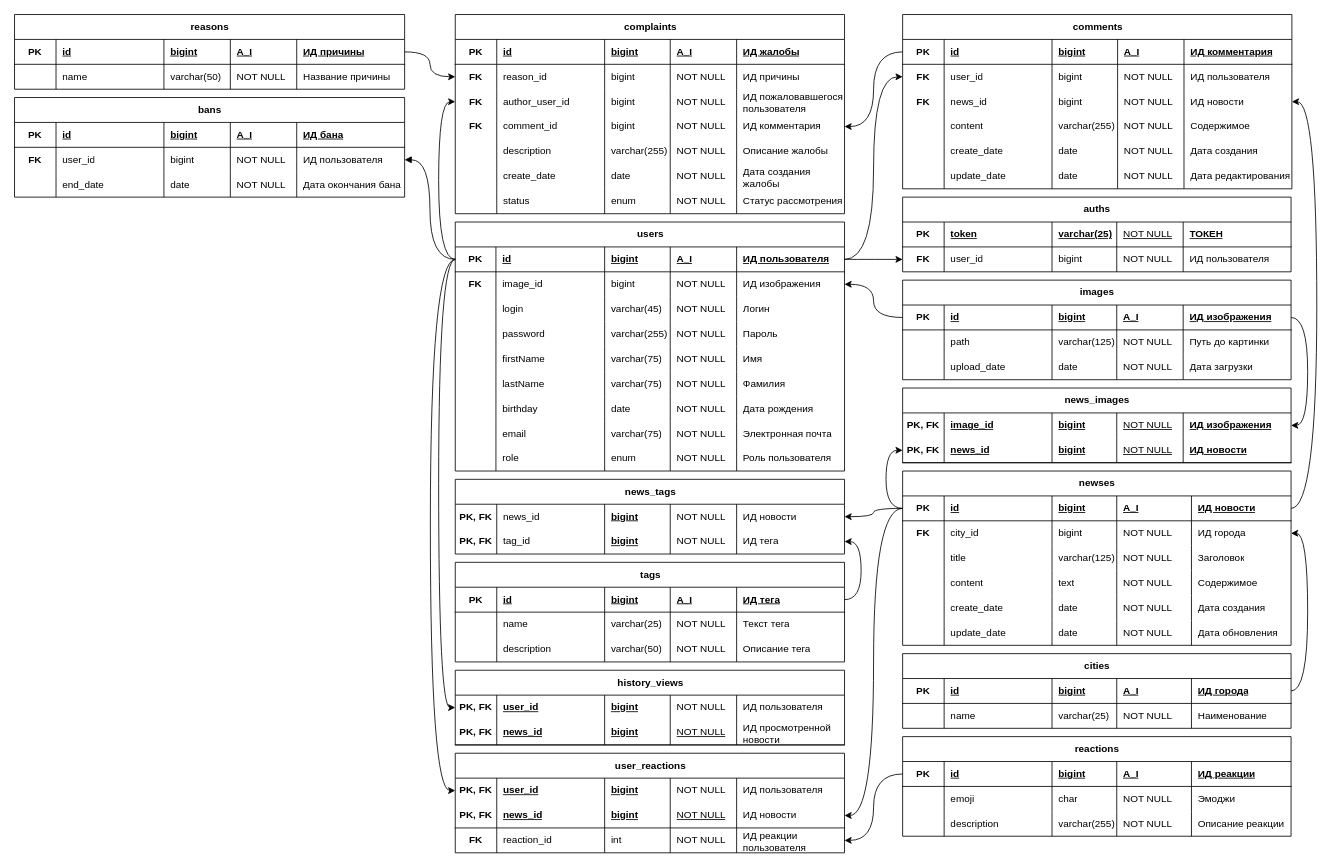
Above: page "Физическая" (3 of 3) of docs/report/res/модели базы данных/Копия Модели базы данных.drawio in Zamelane/course-project-4 (draw.io), before the change. Source tidied: cells renumbered, new cells numbered last; positions are measured from the earlier drawing's top-left corner, leaving out a move shared by most shapes. Both pictures are drawn from the tidied source at 83%, with x=0, y=0 at pixel (14, 14).
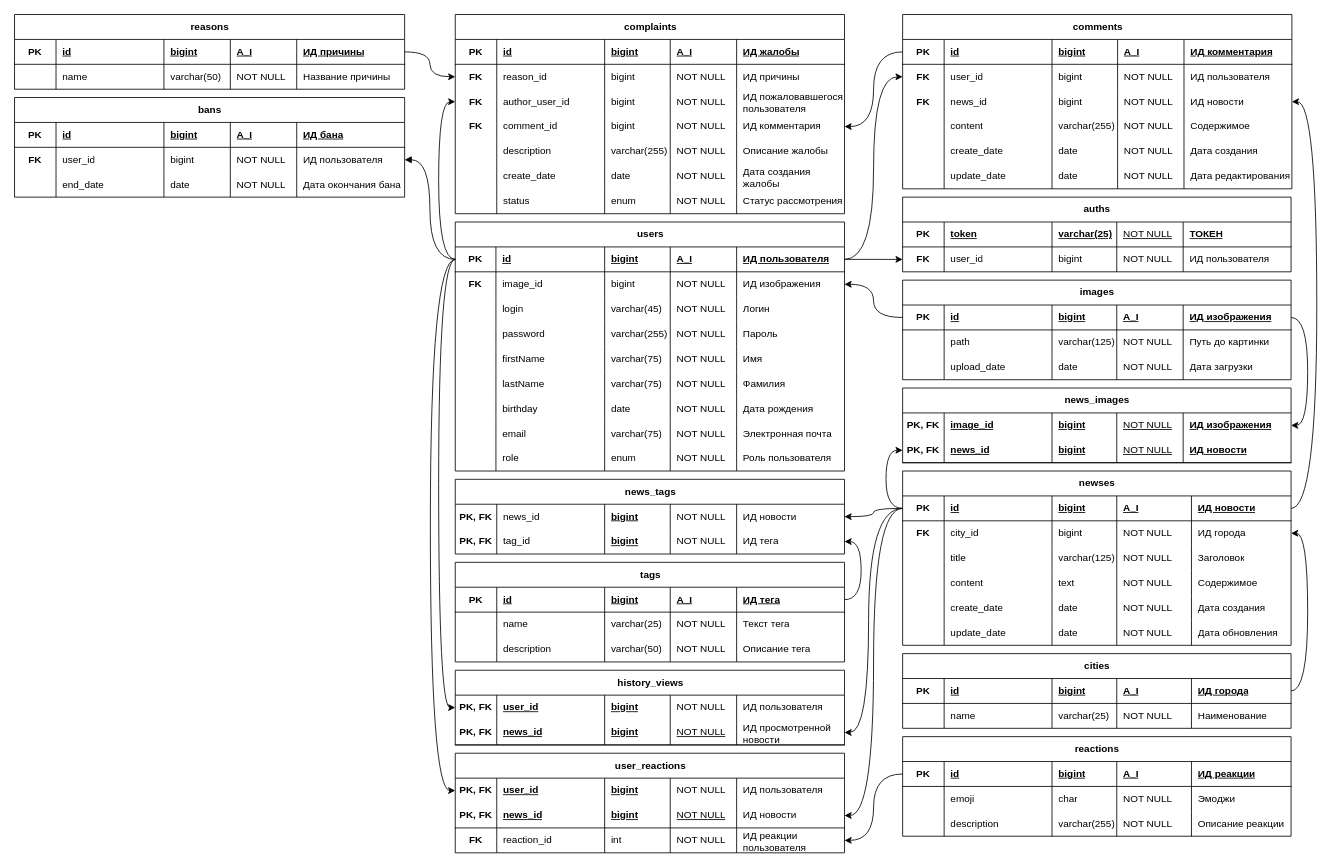
The same diagram, later.

Commit message:
Поправить связь

The change refers to these unchanged cells:
```xml
<mxCell id="72" style="shape=tableRow;horizontal=0;startSize=0;swimlaneHead=0;swimlaneBody=0;fillColor=none;points=[[0,0.5],[1,0.5]];portConstraint=eastwest;top=0;left=0;right=0;bottom=1;perimeterSpacing=0;strokeColor=default;" parent="71" vertex="1">
  <mxGeometry y="30" width="468" height="30" as="geometry" />
</mxCell>
<mxCell id="332" style="shape=tableRow;horizontal=0;startSize=0;swimlaneHead=0;swimlaneBody=0;fillColor=none;points=[[0,0.5],[1,0.5]];portConstraint=eastwest;top=0;left=0;right=0;bottom=1;perimeterSpacing=0;strokeColor=default;" parent="325" vertex="1">
  <mxGeometry y="60" width="469" height="30" as="geometry" />
</mxCell>
```

Diff of the diagram source:
```diff
@@
+    <mxCell id="364" style="edgeStyle=orthogonalEdgeStyle;rounded=0;jettySize=auto;html=1;exitX=0;exitY=0.5;exitDx=0;exitDy=0;entryX=1;entryY=0.5;entryDx=0;entryDy=0;curved=1;" parent="1" edge="1" source="72" target="332">
+      <mxGeometry relative="1" as="geometry">
+        <Array as="points">
+          <mxPoint x="1029" y="595" />
+          <mxPoint x="1029" y="865" />
+        </Array>
+      </mxGeometry>
+    </mxCell>
```
